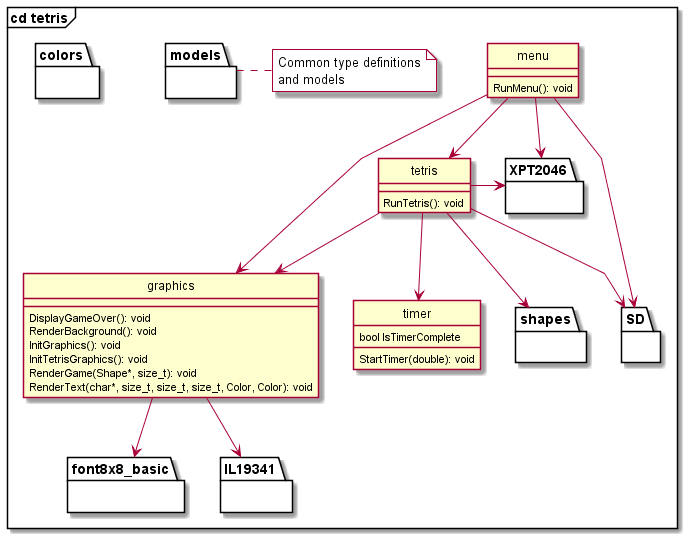
Earlier version of the PlantUML export diagrams/cd_tetris/cd_tetris.png (Yoda92/AMS_TETRIS). Source of this version:
```plantuml
@startuml
hide circle
skinparam linetype polyline
top to bottom direction

frame "cd tetris" {
    package colors {}
    class graphics {
        DisplayGameOver(): void
        RenderBackground(): void
        InitGraphics(): void
        InitTetrisGraphics(): void
        RenderGame(Shape*, size_t): void
        RenderText(char*, size_t, size_t, size_t, Color, Color): void
    }
    package shapes {}
    class tetris {
        RunTetris(): void
    }
    class timer {
        bool IsTimerComplete
        StartTimer(double): void
    }
    class menu {
        RunMenu(): void
    }
    package font8x8_basic {}
    package IL19341 {}
    package XPT2046 {}
    package SD {}
    package models {}

    menu --> tetris
    menu -> graphics
    menu --> XPT2046
    menu --> SD
    tetris -down-> shapes
    tetris -down-> graphics
    tetris --> SD
    graphics --> IL19341
    graphics --> font8x8_basic
    tetris --> timer
    tetris -> XPT2046

    note right of models #ffffff
        Common type definitions
        and models
    end note
}
@enduml
```
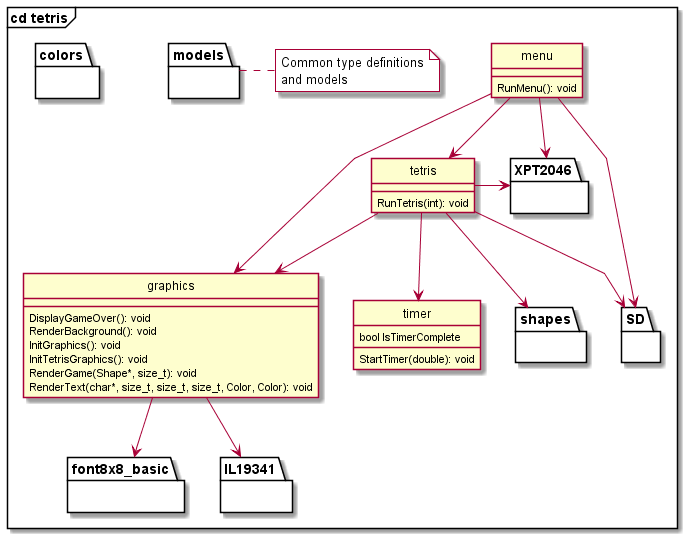
Later version of the same file.

The edit, as a diff of the source:
```diff
@@ -15,7 +15,7 @@
     }
     package shapes {}
     class tetris {
-        RunTetris(): void
+        RunTetris(int): void
     }
     class timer {
         bool IsTimerComplete
```
